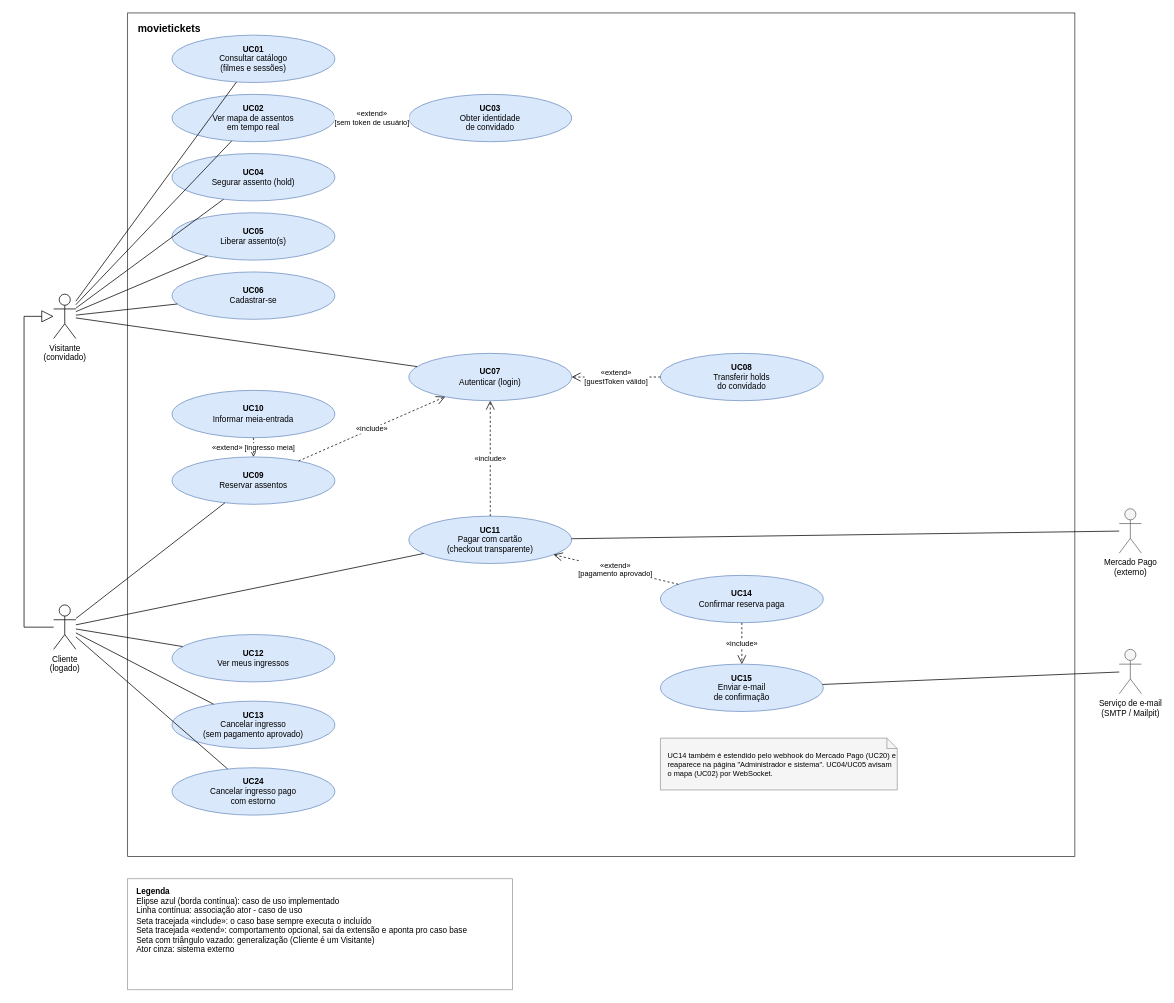
The draw.io diagram page "Visitante e Cliente" (1 of 2) of docs/use-cases/use-cases.drawio in D4rkM/movietickets, before the edit. Source tidied: cells renumbered, new cells numbered last; positions are measured from the earlier drawing's top-left corner, leaving out a move shared by most shapes. Both pictures are drawn from the tidied source at 74%, with x=0, y=0 at pixel (24, 13).
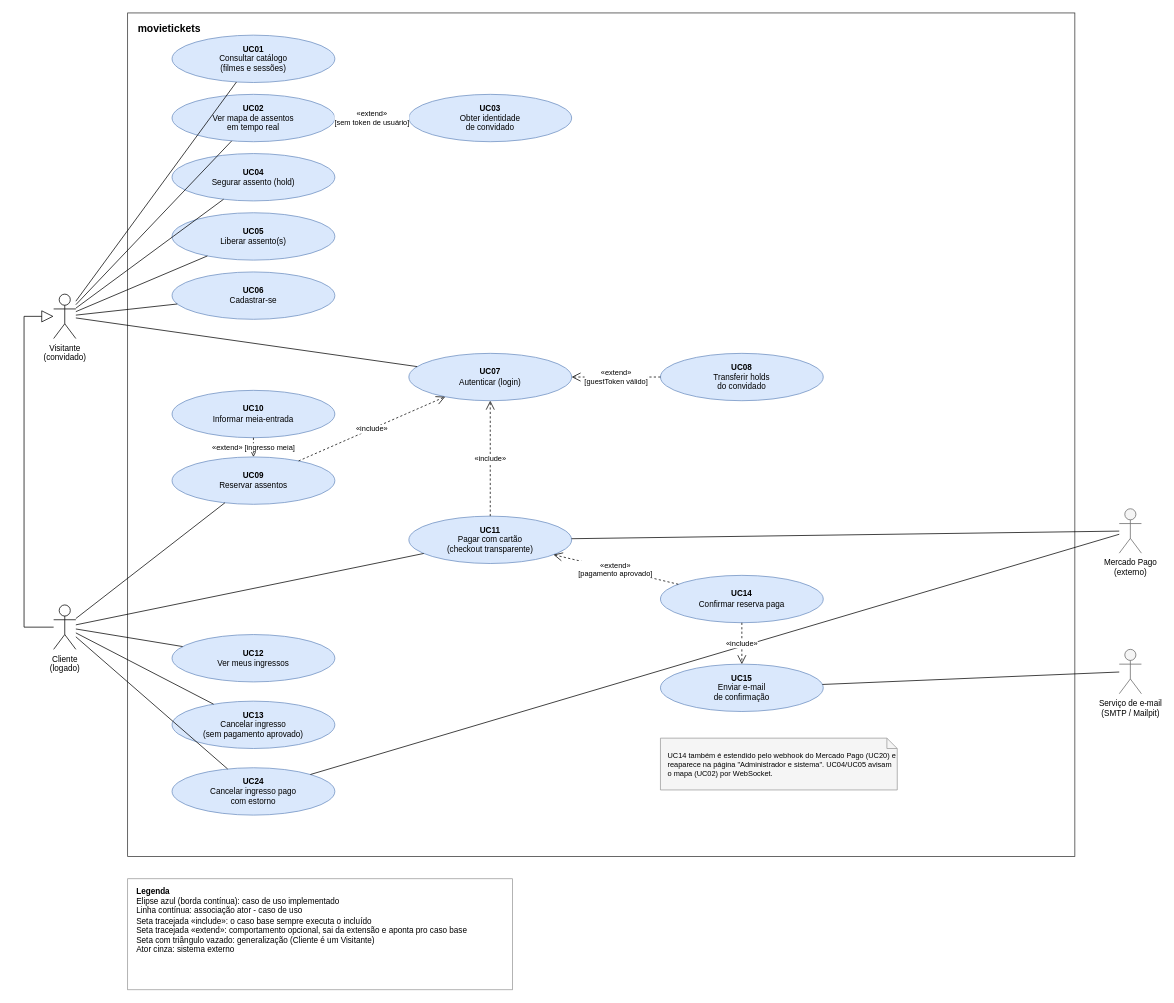
Above is the later version.

The change refers to these unchanged cells:
```xml
<mxCell id="5" value="Mercado Pago&lt;br&gt;(externo)" style="shape=umlActor;verticalLabelPosition=bottom;verticalAlign=top;html=1;outlineConnect=0;fontSize=11;fillColor=#f5f5f5;strokeColor=#666666;" parent="1" vertex="1">
  <mxGeometry x="1480" y="670" width="30" height="60" as="geometry" />
</mxCell>
<mxCell id="16" value="&lt;b&gt;UC24&lt;/b&gt;&lt;br&gt;Cancelar ingresso pago&lt;br&gt;com estorno" style="ellipse;whiteSpace=wrap;html=1;fillColor=#dae8fc;strokeColor=#6c8ebf;fontSize=11;" parent="1" vertex="1">
  <mxGeometry x="200" y="1020" width="220" height="64" as="geometry" />
</mxCell>
```

What changed in the source:
```diff
@@
+    <mxCell id="46" style="endArrow=none;html=1;rounded=0;" parent="1" edge="1" source="5" target="16">
+      <mxGeometry relative="1" as="geometry" />
+    </mxCell>
```
